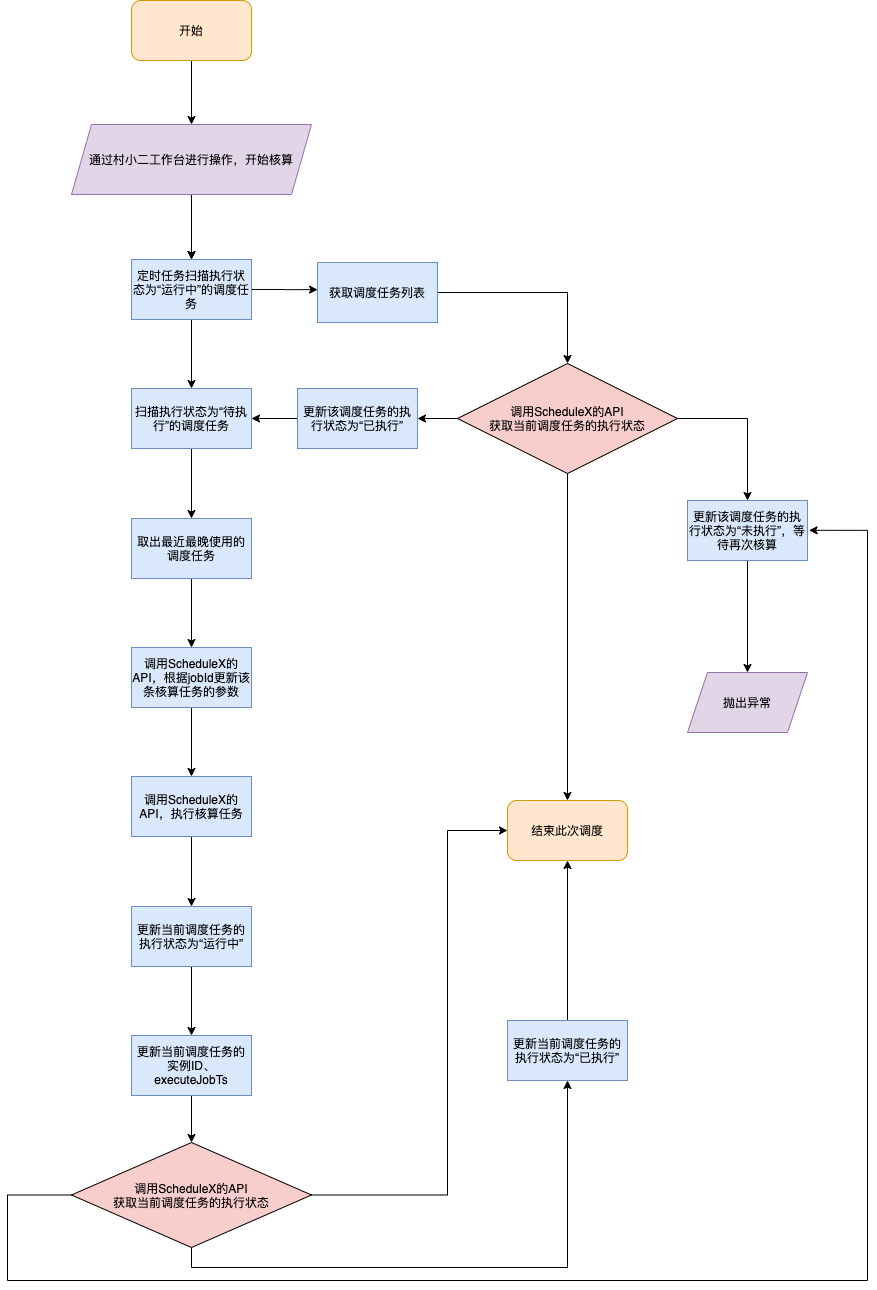
Martina001/diagram keeps this draw.io diagram as Untitled Diagram.png. Above is the earlier version. Source tidied: cells renumbered, new cells last; positions are measured from the earlier drawing's top-left corner, leaving out a move shared by most shapes.
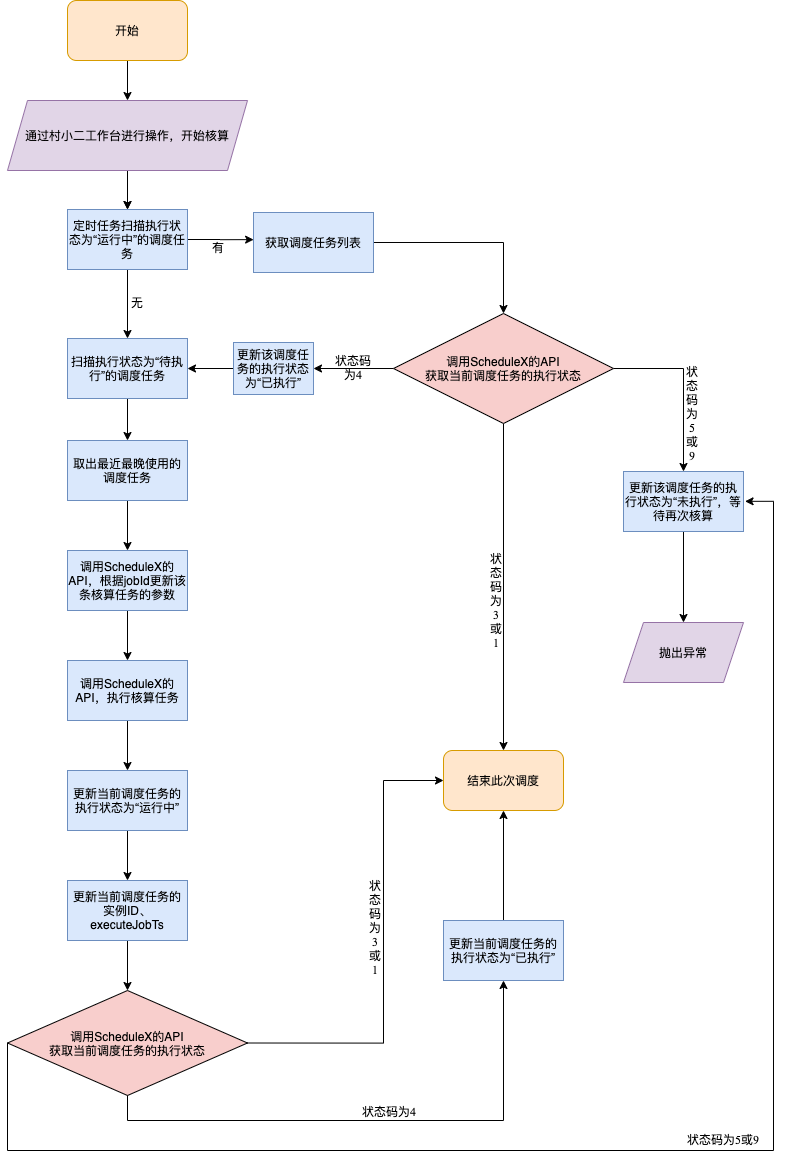
Above is the later version.

The edit, as a diff of the source:
```diff
@@ -6,7 +6,7 @@
       <mxGeometry relative="1" as="geometry" />
     </mxCell>
     <mxCell id="3" value="开始" style="rounded=1;whiteSpace=wrap;html=1;fillColor=#ffe6cc;strokeColor=#d79b00;" parent="1" vertex="1">
-      <mxGeometry x="124" width="120" height="60" as="geometry" />
+      <mxGeometry x="124" y="50" width="120" height="60" as="geometry" />
     </mxCell>
     <mxCell id="4" style="edgeStyle=orthogonalEdgeStyle;rounded=0;jettySize=auto;html=1;" parent="1" edge="1" source="6" target="9">
       <mxGeometry relative="1" as="geometry" />
@@ -15,7 +15,7 @@
       <mxGeometry relative="1" as="geometry" />
     </mxCell>
     <mxCell id="6" value="通过村小二工作台进行操作，开始核算" style="shape=parallelogram;perimeter=parallelogramPerimeter;whiteSpace=wrap;html=1;fixedSize=1;fillColor=#e1d5e7;strokeColor=#9673a6;" parent="1" vertex="1">
-      <mxGeometry x="64" y="124" width="240" height="70" as="geometry" />
+      <mxGeometry x="64" y="150" width="240" height="70" as="geometry" />
     </mxCell>
     <mxCell id="7" style="edgeStyle=orthogonalEdgeStyle;rounded=0;jettySize=auto;html=1;entryX=0.001;entryY=0.452;entryDx=0;entryDy=0;entryPerimeter=0;" parent="1" edge="1" source="9" target="11">
       <mxGeometry relative="1" as="geometry" />
@@ -48,13 +48,13 @@
       <mxGeometry relative="1" as="geometry" />
     </mxCell>
     <mxCell id="17" value="更新该调度任务的执行状态为“已执行”" style="whiteSpace=wrap;html=1;fillColor=#dae8fc;strokeColor=#6c8ebf;" parent="1" vertex="1">
-      <mxGeometry x="290" y="388" width="120" height="60" as="geometry" />
+      <mxGeometry x="290" y="392" width="80" height="52" as="geometry" />
     </mxCell>
     <mxCell id="18" style="edgeStyle=orthogonalEdgeStyle;rounded=0;jettySize=auto;html=1;" parent="1" edge="1" source="19" target="39">
       <mxGeometry relative="1" as="geometry" />
     </mxCell>
     <mxCell id="19" value="更新该调度任务的执行状态为“未执行”，等待再次核算" style="whiteSpace=wrap;html=1;fillColor=#dae8fc;strokeColor=#6c8ebf;" parent="1" vertex="1">
-      <mxGeometry x="680" y="500" width="120" height="60" as="geometry" />
+      <mxGeometry x="680" y="521" width="120" height="60" as="geometry" />
     </mxCell>
     <mxCell id="20" value="结束此次调度" style="rounded=1;whiteSpace=wrap;html=1;fillColor=#ffe6cc;strokeColor=#d79b00;" parent="1" vertex="1">
       <mxGeometry x="500" y="800" width="120" height="60" as="geometry" />
@@ -69,36 +69,36 @@
       <mxGeometry relative="1" as="geometry" />
     </mxCell>
     <mxCell id="24" value="取出最近最晚使用的调度任务" style="whiteSpace=wrap;html=1;fillColor=#dae8fc;strokeColor=#6c8ebf;" parent="1" vertex="1">
-      <mxGeometry x="124" y="518" width="120" height="60" as="geometry" />
+      <mxGeometry x="124" y="490" width="120" height="60" as="geometry" />
     </mxCell>
     <mxCell id="25" style="edgeStyle=orthogonalEdgeStyle;rounded=0;jettySize=auto;html=1;startSize=1;jumpSize=4;arcSize=20;" parent="1" edge="1" source="26" target="28">
       <mxGeometry relative="1" as="geometry" />
     </mxCell>
     <mxCell id="26" value="调用ScheduleX的API，根据jobId更新该条核算任务的参数" style="whiteSpace=wrap;html=1;fillColor=#dae8fc;strokeColor=#6c8ebf;" parent="1" vertex="1">
-      <mxGeometry x="124" y="647" width="120" height="60" as="geometry" />
+      <mxGeometry x="124" y="600" width="120" height="60" as="geometry" />
     </mxCell>
     <mxCell id="27" style="edgeStyle=orthogonalEdgeStyle;rounded=0;jettySize=auto;html=1;" parent="1" edge="1" source="28" target="30">
       <mxGeometry relative="1" as="geometry" />
     </mxCell>
     <mxCell id="28" value="调用ScheduleX的API，执行核算任务" style="whiteSpace=wrap;html=1;fillColor=#dae8fc;strokeColor=#6c8ebf;" parent="1" vertex="1">
-      <mxGeometry x="124" y="776" width="120" height="60" as="geometry" />
+      <mxGeometry x="124" y="710" width="120" height="60" as="geometry" />
     </mxCell>
     <mxCell id="29" style="edgeStyle=orthogonalEdgeStyle;rounded=0;jettySize=auto;html=1;" parent="1" edge="1" source="30" target="32">
       <mxGeometry relative="1" as="geometry" />
     </mxCell>
     <mxCell id="30" value="更新当前调度任务的执行状态为“运行中”" style="whiteSpace=wrap;html=1;fillColor=#dae8fc;strokeColor=#6c8ebf;" parent="1" vertex="1">
-      <mxGeometry x="124" y="906" width="120" height="60" as="geometry" />
+      <mxGeometry x="124" y="820" width="120" height="60" as="geometry" />
     </mxCell>
     <mxCell id="31" style="edgeStyle=orthogonalEdgeStyle;rounded=0;jettySize=auto;html=1;" parent="1" edge="1" source="32" target="36">
       <mxGeometry relative="1" as="geometry" />
     </mxCell>
     <mxCell id="32" value="更新当前调度任务的实例ID、executeJobTs" style="whiteSpace=wrap;html=1;fillColor=#dae8fc;strokeColor=#6c8ebf;" parent="1" vertex="1">
-      <mxGeometry x="124" y="1035" width="120" height="60" as="geometry" />
+      <mxGeometry x="124" y="930" width="120" height="60" as="geometry" />
     </mxCell>
     <mxCell id="33" style="edgeStyle=orthogonalEdgeStyle;rounded=0;jettySize=auto;html=1;entryX=0;entryY=0.5;entryDx=0;entryDy=0;exitX=1;exitY=0.5;exitDx=0;exitDy=0;" parent="1" edge="1" source="36" target="20">
       <mxGeometry relative="1" as="geometry">
         <Array as="points">
-          <mxPoint x="440" y="1195" />
+          <mxPoint x="440" y="1093" />
           <mxPoint x="440" y="830" />
         </Array>
       </mxGeometry>
@@ -106,27 +106,55 @@
     <mxCell id="34" style="edgeStyle=orthogonalEdgeStyle;rounded=0;jettySize=auto;html=1;entryX=1.013;entryY=0.497;entryDx=0;entryDy=0;exitX=0;exitY=0.5;exitDx=0;exitDy=0;entryPerimeter=0;" parent="1" edge="1" source="36" target="19">
       <mxGeometry relative="1" as="geometry">
         <Array as="points">
-          <mxPoint y="1195" />
-          <mxPoint y="1280" />
-          <mxPoint x="860" y="1280" />
-          <mxPoint x="860" y="530" />
+          <mxPoint x="64" y="1200" />
+          <mxPoint x="830" y="1200" />
+          <mxPoint x="830" y="551" />
         </Array>
       </mxGeometry>
     </mxCell>
-    <mxCell id="35" style="edgeStyle=orthogonalEdgeStyle;rounded=0;jettySize=auto;html=1;exitX=0.5;exitY=1;exitDx=0;exitDy=0;" parent="1" edge="1" source="36" target="38">
-      <mxGeometry relative="1" as="geometry" />
-    </mxCell>
     <mxCell id="36" value="调用ScheduleX的API&lt;br&gt;获取当前调度任务的执行状态" style="rhombus;whiteSpace=wrap;html=1;fillColor=#f8cecc;" parent="1" vertex="1">
-      <mxGeometry x="64" y="1142" width="240" height="105" as="geometry" />
+      <mxGeometry x="64" y="1040" width="240" height="105" as="geometry" />
     </mxCell>
     <mxCell id="37" style="edgeStyle=orthogonalEdgeStyle;rounded=0;jettySize=auto;html=1;entryX=0.5;entryY=1;entryDx=0;entryDy=0;" parent="1" edge="1" source="38" target="20">
       <mxGeometry relative="1" as="geometry" />
     </mxCell>
     <mxCell id="38" value="更新当前调度任务的执行状态为“已执行”" style="whiteSpace=wrap;html=1;fillColor=#dae8fc;strokeColor=#6c8ebf;" parent="1" vertex="1">
-      <mxGeometry x="500" y="1020" width="120" height="60" as="geometry" />
+      <mxGeometry x="500" y="970" width="120" height="60" as="geometry" />
     </mxCell>
     <mxCell id="39" value="&lt;span&gt;抛出异常&lt;/span&gt;" style="shape=parallelogram;perimeter=parallelogramPerimeter;whiteSpace=wrap;html=1;fixedSize=1;fillColor=#e1d5e7;strokeColor=#9673a6;" parent="1" vertex="1">
       <mxGeometry x="680" y="672" width="120" height="60" as="geometry" />
     </mxCell>
+    <mxCell id="40" value="&lt;p&gt;&lt;font style=&quot;font-size: 10px&quot; face=&quot;Times New Roman&quot;&gt;状态码为4&lt;/font&gt;&lt;/p&gt;" style="text;html=1;strokeColor=none;fillColor=none;align=center;verticalAlign=middle;whiteSpace=wrap;rounded=0;" parent="1" vertex="1">
+      <mxGeometry x="390" y="403" width="40" height="28" as="geometry" />
+    </mxCell>
+    <mxCell id="41" value="&lt;p&gt;&lt;font style=&quot;font-size: 10px&quot; face=&quot;Times New Roman&quot;&gt;状态码为5或9&lt;/font&gt;&lt;/p&gt;" style="text;html=1;strokeColor=none;fillColor=none;align=center;verticalAlign=middle;whiteSpace=wrap;rounded=0;" parent="1" vertex="1">
+      <mxGeometry x="744" y="420" width="10" height="86" as="geometry" />
+    </mxCell>
+    <mxCell id="42" value="&lt;p&gt;&lt;font style=&quot;font-size: 10px&quot; face=&quot;Times New Roman&quot;&gt;状态码为3或1&lt;/font&gt;&lt;/p&gt;" style="text;html=1;strokeColor=none;fillColor=none;align=center;verticalAlign=middle;whiteSpace=wrap;rounded=0;" parent="1" vertex="1">
+      <mxGeometry x="548" y="600" width="10" height="100" as="geometry" />
+    </mxCell>
+    <mxCell id="43" value="&lt;p&gt;&lt;font style=&quot;font-size: 10px&quot; face=&quot;Times New Roman&quot;&gt;状态码为3或1&lt;/font&gt;&lt;/p&gt;" style="text;html=1;strokeColor=none;fillColor=none;align=center;verticalAlign=middle;whiteSpace=wrap;rounded=0;" parent="1" vertex="1">
+      <mxGeometry x="427" y="907" width="10" height="140" as="geometry" />
+    </mxCell>
+    <mxCell id="44" value="&lt;p&gt;&lt;span style=&quot;font-family: &amp;#34;times new roman&amp;#34; ; font-size: 10px&quot;&gt;状态码为5或9&lt;/span&gt;&lt;br&gt;&lt;/p&gt;" style="text;html=1;strokeColor=none;fillColor=none;align=center;verticalAlign=middle;whiteSpace=wrap;rounded=0;" parent="1" vertex="1">
+      <mxGeometry x="710" y="1175" width="140" height="28" as="geometry" />
+    </mxCell>
+    <mxCell id="45" value="&lt;p&gt;&lt;font style=&quot;font-size: 10px&quot; face=&quot;Times New Roman&quot;&gt;有&lt;/font&gt;&lt;/p&gt;" style="text;html=1;strokeColor=none;fillColor=none;align=center;verticalAlign=middle;whiteSpace=wrap;rounded=0;" parent="1" vertex="1">
+      <mxGeometry x="255" y="283" width="40" height="28" as="geometry" />
+    </mxCell>
+    <mxCell id="46" value="&lt;p&gt;&lt;font style=&quot;font-size: 10px&quot; face=&quot;Times New Roman&quot;&gt;无&lt;/font&gt;&lt;/p&gt;" style="text;html=1;strokeColor=none;fillColor=none;align=center;verticalAlign=middle;whiteSpace=wrap;rounded=0;" parent="1" vertex="1">
+      <mxGeometry x="174" y="338" width="40" height="28" as="geometry" />
+    </mxCell>
+    <mxCell id="47" value="&lt;p&gt;&lt;font style=&quot;font-size: 10px&quot; face=&quot;Times New Roman&quot;&gt;状态码为4&lt;/font&gt;&lt;/p&gt;" style="text;html=1;strokeColor=none;fillColor=none;align=center;verticalAlign=middle;whiteSpace=wrap;rounded=0;" parent="1" vertex="1">
+      <mxGeometry x="411" y="1154" width="70" height="13" as="geometry" />
+    </mxCell>
+    <mxCell id="35" style="edgeStyle=orthogonalEdgeStyle;rounded=0;jettySize=auto;html=1;exitX=0.5;exitY=1;exitDx=0;exitDy=0;entryX=0.5;entryY=1;entryDx=0;entryDy=0;" parent="1" edge="1" source="36" target="38">
+      <mxGeometry relative="1" as="geometry">
+        <Array as="points">
+          <mxPoint x="184" y="1170" />
+          <mxPoint x="560" y="1170" />
+        </Array>
+      </mxGeometry>
+    </mxCell>
   </root>
 </mxGraphModel>
```
